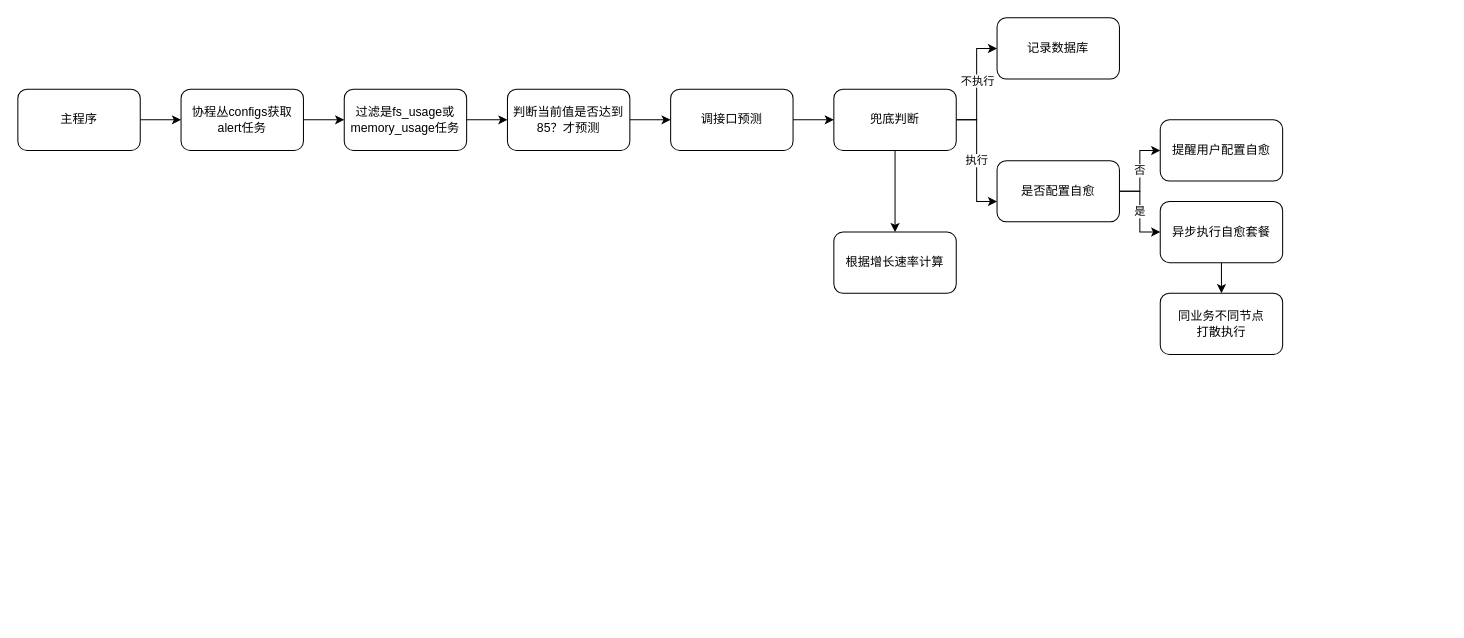
Earlier version of the draw.io diagram predict.drawio (wupei-w/diagrams). Source tidied: cells renumbered, new cells numbered last; positions are measured from the earlier drawing's top-left corner, leaving out a move shared by most shapes. Both pictures are drawn from the tidied source at 102%, with x=0, y=0 at pixel (17, 17).
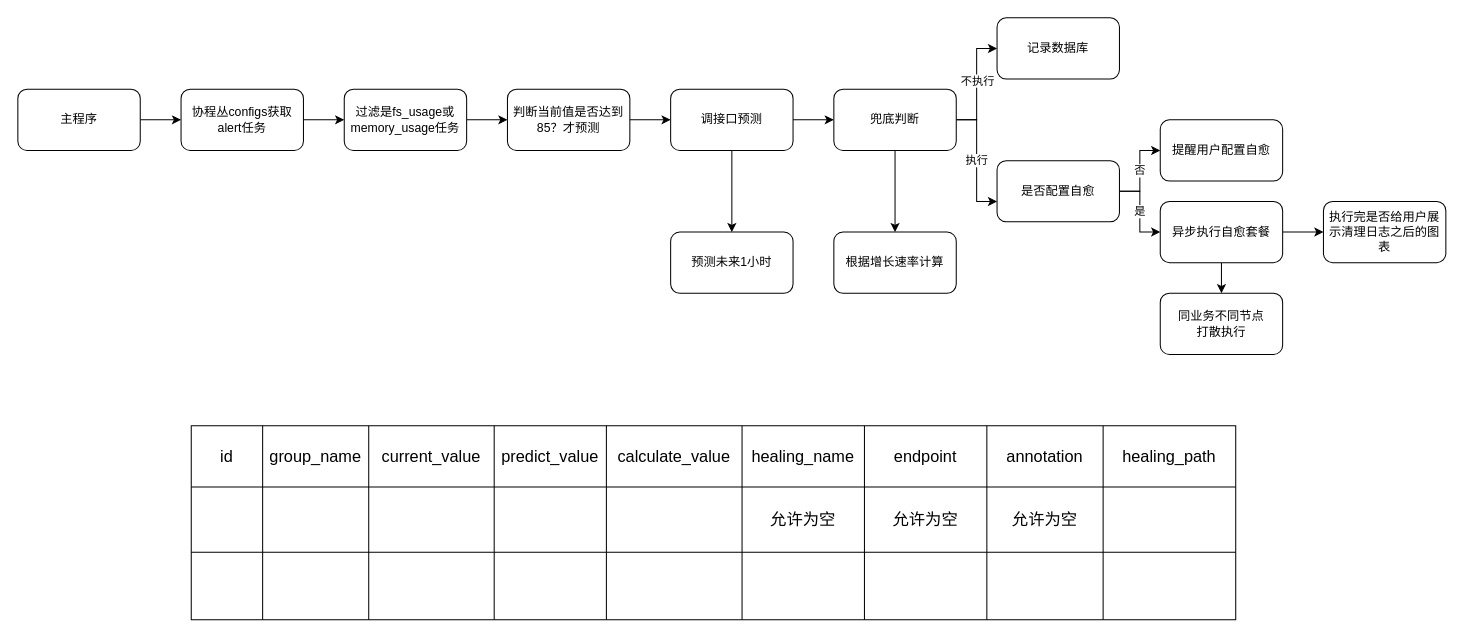
Above is the later version.

Unchanged cells that the change refers to:
```xml
<mxCell id="9" value="调接口预测" style="rounded=1;whiteSpace=wrap;html=1;" parent="1" vertex="1">
  <mxGeometry x="640" y="70" width="120" height="60" as="geometry" />
</mxCell>
<mxCell id="24" value="异步执行自愈套餐" style="rounded=1;whiteSpace=wrap;html=1;" parent="1" vertex="1">
  <mxGeometry x="1120" y="180" width="120" height="60" as="geometry" />
</mxCell>
```

What changed in the source:
```diff
@@
+    <mxCell id="26" style="edgeStyle=orthogonalEdgeStyle;rounded=0;jettySize=auto;html=1;" parent="1" edge="1" source="9" target="59">
+      <mxGeometry relative="1" as="geometry" />
+    </mxCell>
@@
+    <mxCell id="27" style="edgeStyle=orthogonalEdgeStyle;rounded=0;jettySize=auto;html=1;" parent="1" edge="1" source="24" target="60">
+      <mxGeometry relative="1" as="geometry" />
+    </mxCell>
@@
+    <mxCell id="28" style="shape=table;startSize=0;childLayout=tableLayout;fontSize=16;" parent="1" vertex="1">
+      <mxGeometry x="170" y="400" width="1024" height="190" as="geometry" />
+    </mxCell>
+    <mxCell id="29" style="shape=tableRow;horizontal=0;startSize=0;swimlaneHead=0;swimlaneBody=0;strokeColor=inherit;top=0;left=0;bottom=0;right=0;fillColor=none;fontSize=16;" parent="28" vertex="1">
+      <mxGeometry width="1024" height="60" as="geometry" />
+    </mxCell>
+    <mxCell id="30" value="id" style="shape=partialRectangle;html=1;whiteSpace=wrap;strokeColor=inherit;overflow=hidden;fillColor=none;top=0;left=0;bottom=0;right=0;fontSize=16;" parent="29" vertex="1">
+      <mxGeometry width="70" height="60" as="geometry" />
+    </mxCell>
+    <mxCell id="31" value="group_name" style="shape=partialRectangle;html=1;whiteSpace=wrap;strokeColor=inherit;overflow=hidden;fillColor=none;top=0;left=0;bottom=0;right=0;fontSize=16;" parent="29" vertex="1">
+      <mxGeometry x="70" width="104" height="60" as="geometry" />
+    </mxCell>
+    <mxCell id="32" value="current_value" style="shape=partialRectangle;html=1;whiteSpace=wrap;strokeColor=inherit;overflow=hidden;fillColor=none;top=0;left=0;bottom=0;right=0;fontSize=16;" parent="29" vertex="1">
+      <mxGeometry x="174" width="123" height="60" as="geometry" />
+    </mxCell>
+    <mxCell id="33" value="predict_value" style="shape=partialRectangle;html=1;whiteSpace=wrap;strokeColor=inherit;overflow=hidden;fillColor=none;top=0;left=0;bottom=0;right=0;fontSize=16;" parent="29" vertex="1">
+      <mxGeometry x="297" width="110" height="60" as="geometry" />
+    </mxCell>
+    <mxCell id="34" value="calculate_value" style="shape=partialRectangle;html=1;whiteSpace=wrap;strokeColor=inherit;overflow=hidden;fillColor=none;top=0;left=0;bottom=0;right=0;fontSize=16;" parent="29" vertex="1">
+      <mxGeometry x="407" width="133" height="60" as="geometry" />
+    </mxCell>
+    <mxCell id="35" value="healing_name" style="shape=partialRectangle;html=1;whiteSpace=wrap;strokeColor=inherit;overflow=hidden;fillColor=none;top=0;left=0;bottom=0;right=0;fontSize=16;" parent="29" vertex="1">
+      <mxGeometry x="540" width="120" height="60" as="geometry" />
+    </mxCell>
+    <mxCell id="36" value="endpoint" style="shape=partialRectangle;html=1;whiteSpace=wrap;strokeColor=inherit;overflow=hidden;fillColor=none;top=0;left=0;bottom=0;right=0;fontSize=16;" parent="29" vertex="1">
+      <mxGeometry x="660" width="120" height="60" as="geometry" />
+    </mxCell>
+    <mxCell id="37" value="annotation" style="shape=partialRectangle;html=1;whiteSpace=wrap;strokeColor=inherit;overflow=hidden;fillColor=none;top=0;left=0;bottom=0;right=0;fontSize=16;" parent="29" vertex="1">
+      <mxGeometry x="780" width="114" height="60" as="geometry" />
+    </mxCell>
+    <mxCell id="38" value="healing_path" style="shape=partialRectangle;html=1;whiteSpace=wrap;strokeColor=inherit;overflow=hidden;fillColor=none;top=0;left=0;bottom=0;right=0;fontSize=16;" parent="29" vertex="1">
+      <mxGeometry x="894" width="130" height="60" as="geometry" />
+    </mxCell>
+    <mxCell id="39" style="shape=tableRow;horizontal=0;startSize=0;swimlaneHead=0;swimlaneBody=0;strokeColor=inherit;top=0;left=0;bottom=0;right=0;fillColor=none;fontSize=16;" parent="28" vertex="1">
+      <mxGeometry y="60" width="1024" height="64" as="geometry" />
+    </mxCell>
+    <mxCell id="40" style="shape=partialRectangle;html=1;whiteSpace=wrap;strokeColor=inherit;overflow=hidden;fillColor=none;top=0;left=0;bottom=0;right=0;fontSize=16;" parent="39" vertex="1">
+      <mxGeometry width="70" height="64" as="geometry" />
+    </mxCell>
+    <mxCell id="41" style="shape=partialRectangle;html=1;whiteSpace=wrap;strokeColor=inherit;overflow=hidden;fillColor=none;top=0;left=0;bottom=0;right=0;fontSize=16;" parent="39" vertex="1">
+      <mxGeometry x="70" width="104" height="64" as="geometry" />
+    </mxCell>
+    <mxCell id="42" style="shape=partialRectangle;html=1;whiteSpace=wrap;strokeColor=inherit;overflow=hidden;fillColor=none;top=0;left=0;bottom=0;right=0;fontSize=16;" parent="39" vertex="1">
+      <mxGeometry x="174" width="123" height="64" as="geometry" />
+    </mxCell>
+    <mxCell id="43" style="shape=partialRectangle;html=1;whiteSpace=wrap;strokeColor=inherit;overflow=hidden;fillColor=none;top=0;left=0;bottom=0;right=0;fontSize=16;" parent="39" vertex="1">
+      <mxGeometry x="297" width="110" height="64" as="geometry" />
+    </mxCell>
+    <mxCell id="44" style="shape=partialRectangle;html=1;whiteSpace=wrap;strokeColor=inherit;overflow=hidden;fillColor=none;top=0;left=0;bottom=0;right=0;fontSize=16;" parent="39" vertex="1">
+      <mxGeometry x="407" width="133" height="64" as="geometry" />
+    </mxCell>
+    <mxCell id="45" value="允许为空" style="shape=partialRectangle;html=1;whiteSpace=wrap;strokeColor=inherit;overflow=hidden;fillColor=none;top=0;left=0;bottom=0;right=0;fontSize=16;" parent="39" vertex="1">
+      <mxGeometry x="540" width="120" height="64" as="geometry" />
+    </mxCell>
+    <mxCell id="46" value="允许为空" style="shape=partialRectangle;html=1;whiteSpace=wrap;strokeColor=inherit;overflow=hidden;fillColor=none;top=0;left=0;bottom=0;right=0;fontSize=16;" parent="39" vertex="1">
+      <mxGeometry x="660" width="120" height="64" as="geometry" />
+    </mxCell>
+    <mxCell id="47" value="允许为空" style="shape=partialRectangle;html=1;whiteSpace=wrap;strokeColor=inherit;overflow=hidden;fillColor=none;top=0;left=0;bottom=0;right=0;fontSize=16;" parent="39" vertex="1">
+      <mxGeometry x="780" width="114" height="64" as="geometry" />
+    </mxCell>
+    <mxCell id="48" style="shape=partialRectangle;html=1;whiteSpace=wrap;strokeColor=inherit;overflow=hidden;fillColor=none;top=0;left=0;bottom=0;right=0;fontSize=16;" parent="39" vertex="1">
+      <mxGeometry x="894" width="130" height="64" as="geometry" />
+    </mxCell>
+    <mxCell id="49" style="shape=tableRow;horizontal=0;startSize=0;swimlaneHead=0;swimlaneBody=0;strokeColor=inherit;top=0;left=0;bottom=0;right=0;fillColor=none;fontSize=16;" parent="28" vertex="1">
+      <mxGeometry y="124" width="1024" height="66" as="geometry" />
+    </mxCell>
+    <mxCell id="50" style="shape=partialRectangle;html=1;whiteSpace=wrap;strokeColor=inherit;overflow=hidden;fillColor=none;top=0;left=0;bottom=0;right=0;fontSize=16;" parent="49" vertex="1">
+      <mxGeometry width="70" height="66" as="geometry" />
+    </mxCell>
+    <mxCell id="51" style="shape=partialRectangle;html=1;whiteSpace=wrap;strokeColor=inherit;overflow=hidden;fillColor=none;top=0;left=0;bottom=0;right=0;fontSize=16;" parent="49" vertex="1">
+      <mxGeometry x="70" width="104" height="66" as="geometry" />
+    </mxCell>
+    <mxCell id="52" style="shape=partialRectangle;html=1;whiteSpace=wrap;strokeColor=inherit;overflow=hidden;fillColor=none;top=0;left=0;bottom=0;right=0;fontSize=16;" parent="49" vertex="1">
+      <mxGeometry x="174" width="123" height="66" as="geometry" />
+    </mxCell>
+    <mxCell id="53" style="shape=partialRectangle;html=1;whiteSpace=wrap;strokeColor=inherit;overflow=hidden;fillColor=none;top=0;left=0;bottom=0;right=0;fontSize=16;" parent="49" vertex="1">
+      <mxGeometry x="297" width="110" height="66" as="geometry" />
+    </mxCell>
+    <mxCell id="54" style="shape=partialRectangle;html=1;whiteSpace=wrap;strokeColor=inherit;overflow=hidden;fillColor=none;top=0;left=0;bottom=0;right=0;fontSize=16;" parent="49" vertex="1">
+      <mxGeometry x="407" width="133" height="66" as="geometry" />
+    </mxCell>
+    <mxCell id="55" style="shape=partialRectangle;html=1;whiteSpace=wrap;strokeColor=inherit;overflow=hidden;fillColor=none;top=0;left=0;bottom=0;right=0;fontSize=16;" parent="49" vertex="1">
+      <mxGeometry x="540" width="120" height="66" as="geometry" />
+    </mxCell>
+    <mxCell id="56" style="shape=partialRectangle;html=1;whiteSpace=wrap;strokeColor=inherit;overflow=hidden;fillColor=none;top=0;left=0;bottom=0;right=0;fontSize=16;" parent="49" vertex="1">
+      <mxGeometry x="660" width="120" height="66" as="geometry" />
+    </mxCell>
+    <mxCell id="57" style="shape=partialRectangle;html=1;whiteSpace=wrap;strokeColor=inherit;overflow=hidden;fillColor=none;top=0;left=0;bottom=0;right=0;fontSize=16;" parent="49" vertex="1">
+      <mxGeometry x="780" width="114" height="66" as="geometry" />
+    </mxCell>
+    <mxCell id="58" style="shape=partialRectangle;html=1;whiteSpace=wrap;strokeColor=inherit;overflow=hidden;fillColor=none;top=0;left=0;bottom=0;right=0;fontSize=16;" parent="49" vertex="1">
+      <mxGeometry x="894" width="130" height="66" as="geometry" />
+    </mxCell>
+    <mxCell id="59" value="预测未来1小时" style="whiteSpace=wrap;html=1;rounded=1;" parent="1" vertex="1">
+      <mxGeometry x="640" y="210" width="120" height="60" as="geometry" />
+    </mxCell>
+    <mxCell id="60" value="执行完是否给用户展示清理日志之后的图表" style="whiteSpace=wrap;html=1;rounded=1;" parent="1" vertex="1">
+      <mxGeometry x="1280" y="180" width="120" height="60" as="geometry" />
+    </mxCell>
```
